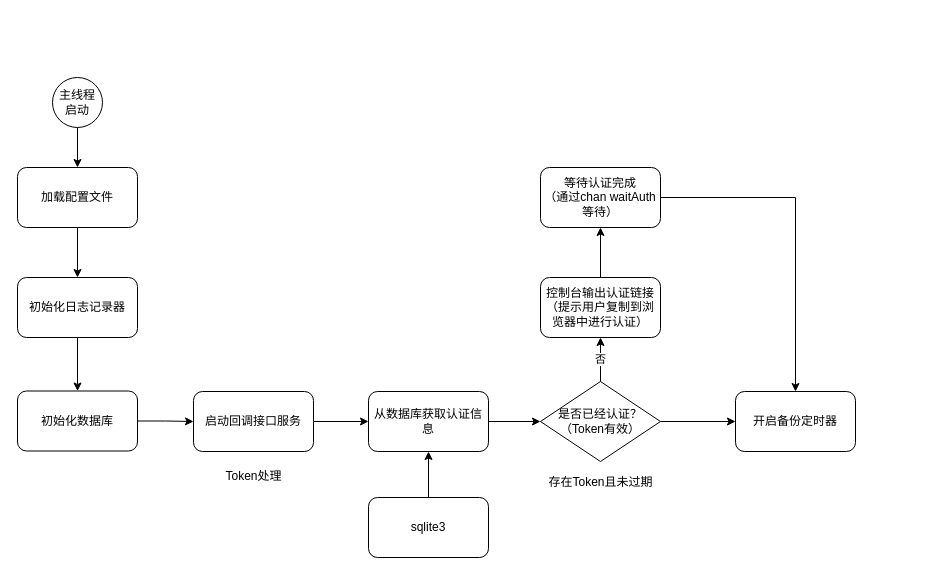
Above: page "主线程流程" (1 of 2) of auto-backup.drawio in adoom2017/auto-backup (draw.io), before the change. Source tidied: cells renumbered, new cells numbered last; positions are measured from the earlier drawing's top-left corner, leaving out a move shared by most shapes. Both pictures are drawn from the tidied source at 100%, with x=0, y=0 at pixel (17, 77).
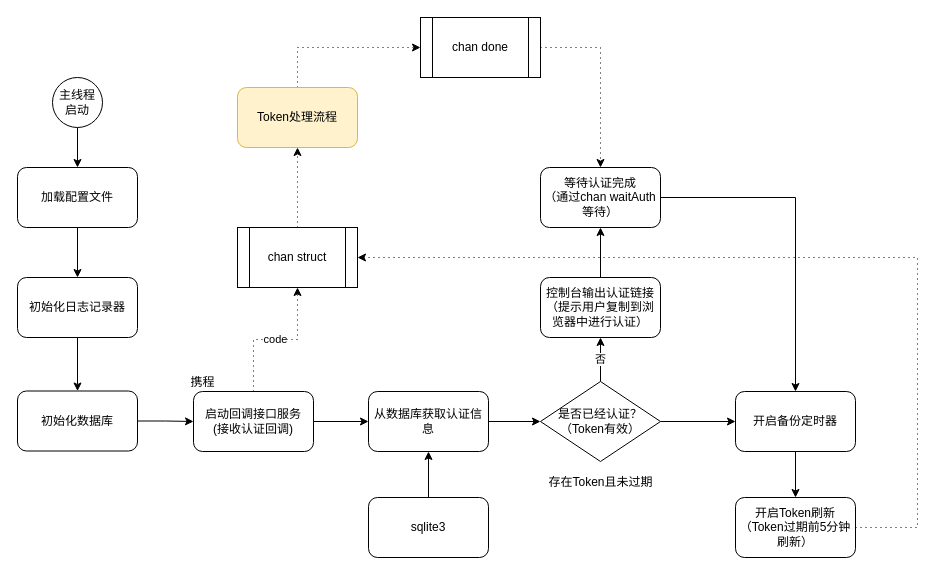
Above is the later version.

The change refers to these unchanged cells:
```xml
<mxCell id="18" value="等待认证完成&lt;div&gt;（通过chan waitAuth等待）&lt;/div&gt;" style="rounded=1;whiteSpace=wrap;html=1;" parent="1" vertex="1">
  <mxGeometry x="523" y="90" width="120" height="60" as="geometry" />
</mxCell>
<mxCell id="19" value="开启备份定时器" style="rounded=1;whiteSpace=wrap;html=1;" parent="1" vertex="1">
  <mxGeometry x="718" y="314" width="120" height="60" as="geometry" />
</mxCell>
```

What changed in the source:
```diff
@@
+    <mxCell id="26" value="code" style="edgeStyle=orthogonalEdgeStyle;rounded=0;jettySize=auto;html=1;exitX=0.5;exitY=0;exitDx=0;exitDy=0;entryX=0.5;entryY=1;entryDx=0;entryDy=0;dashed=1;dashPattern=1 4;" parent="1" edge="1" source="11" target="30">
+      <mxGeometry relative="1" as="geometry" />
+    </mxCell>
-    <mxCell id="11" value="启动回调接口服务" style="rounded=1;whiteSpace=wrap;html=1;" parent="1" vertex="1">
+    <mxCell id="11" value="启动回调接口服务&lt;div&gt;(接收认证回调)&lt;/div&gt;" style="rounded=1;whiteSpace=wrap;html=1;" parent="1" vertex="1">
       <mxGeometry x="176" y="314" width="120" height="60" as="geometry" />
     </mxCell>
@@
+    <mxCell id="27" style="edgeStyle=orthogonalEdgeStyle;rounded=0;jettySize=auto;html=1;" parent="1" edge="1" source="19" target="36">
+      <mxGeometry relative="1" as="geometry" />
+    </mxCell>
@@
-    <mxCell id="25" value="Token处理" style="text;html=1;align=center;verticalAlign=middle;strokeColor=none;fillColor=none;" parent="1" vertex="1">
-      <mxGeometry x="196" y="384" width="80" height="30" as="geometry" />
-    </mxCell>
+    <mxCell id="28" value="携程" style="text;html=1;align=center;verticalAlign=middle;strokeColor=none;fillColor=none;" parent="1" vertex="1">
+      <mxGeometry x="160" y="290" width="50" height="30" as="geometry" />
+    </mxCell>
+    <mxCell id="29" style="edgeStyle=orthogonalEdgeStyle;rounded=0;jettySize=auto;html=1;dashed=1;dashPattern=1 4;" parent="1" edge="1" source="30" target="32">
+      <mxGeometry relative="1" as="geometry" />
+    </mxCell>
+    <mxCell id="30" value="chan struct" style="shape=process;whiteSpace=wrap;html=1;backgroundOutline=1;" parent="1" vertex="1">
+      <mxGeometry x="220" y="150" width="120" height="60" as="geometry" />
+    </mxCell>
+    <mxCell id="31" style="edgeStyle=orthogonalEdgeStyle;rounded=0;jettySize=auto;html=1;exitX=0.5;exitY=0;exitDx=0;exitDy=0;entryX=0;entryY=0.5;entryDx=0;entryDy=0;dashed=1;dashPattern=1 4;" parent="1" edge="1" source="32" target="34">
+      <mxGeometry relative="1" as="geometry" />
+    </mxCell>
+    <mxCell id="32" value="Token处理流程" style="rounded=1;whiteSpace=wrap;html=1;fillColor=#fff2cc;strokeColor=#d6b656;" parent="1" vertex="1">
+      <mxGeometry x="220" y="10" width="120" height="60" as="geometry" />
+    </mxCell>
+    <mxCell id="33" style="edgeStyle=orthogonalEdgeStyle;rounded=0;jettySize=auto;html=1;exitX=1;exitY=0.5;exitDx=0;exitDy=0;entryX=0.5;entryY=0;entryDx=0;entryDy=0;dashed=1;dashPattern=1 4;" parent="1" edge="1" source="34" target="18">
+      <mxGeometry relative="1" as="geometry" />
+    </mxCell>
+    <mxCell id="34" value="chan done" style="shape=process;whiteSpace=wrap;html=1;backgroundOutline=1;" parent="1" vertex="1">
+      <mxGeometry x="403" y="-60" width="120" height="60" as="geometry" />
+    </mxCell>
+    <mxCell id="35" style="edgeStyle=orthogonalEdgeStyle;rounded=0;jettySize=auto;html=1;exitX=1;exitY=0.5;exitDx=0;exitDy=0;entryX=1;entryY=0.5;entryDx=0;entryDy=0;dashed=1;dashPattern=1 4;" parent="1" edge="1" source="36" target="30">
+      <mxGeometry relative="1" as="geometry">
+        <Array as="points">
+          <mxPoint x="900" y="450" />
+          <mxPoint x="900" y="180" />
+        </Array>
+      </mxGeometry>
+    </mxCell>
+    <mxCell id="36" value="开启Token刷新&lt;div&gt;（Token过期前5分钟刷新）&lt;/div&gt;" style="rounded=1;whiteSpace=wrap;html=1;" parent="1" vertex="1">
+      <mxGeometry x="718" y="420" width="120" height="60" as="geometry" />
+    </mxCell>
```
